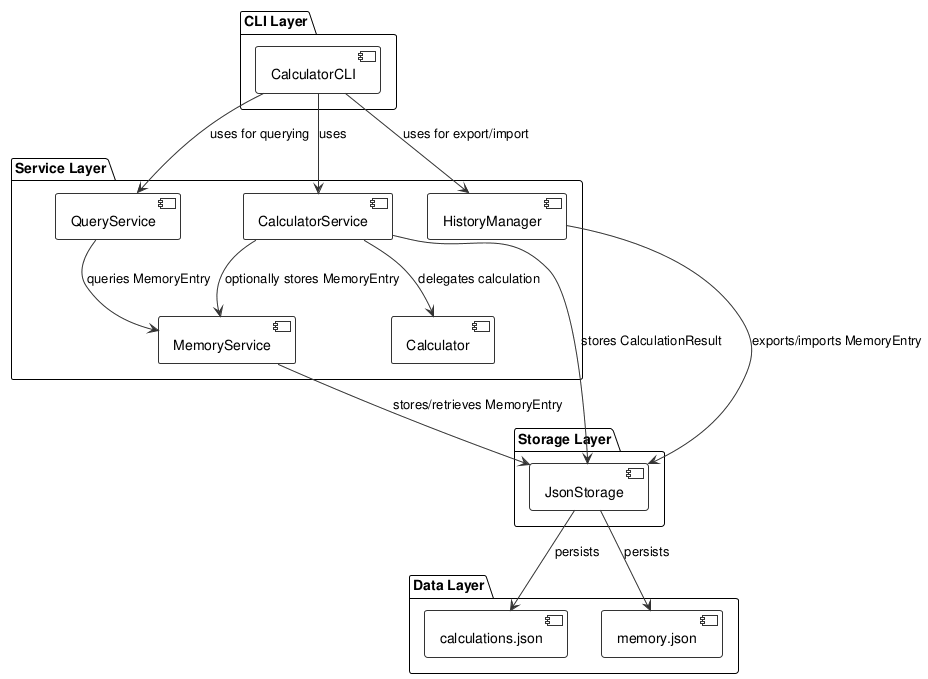
This is experiments/broadcast/structured_text/calculator/artifacts/component_diagram.png from DanielRiha8906/Software_autoevolution_using_agents, a PlantUML export, as it was before one commit.
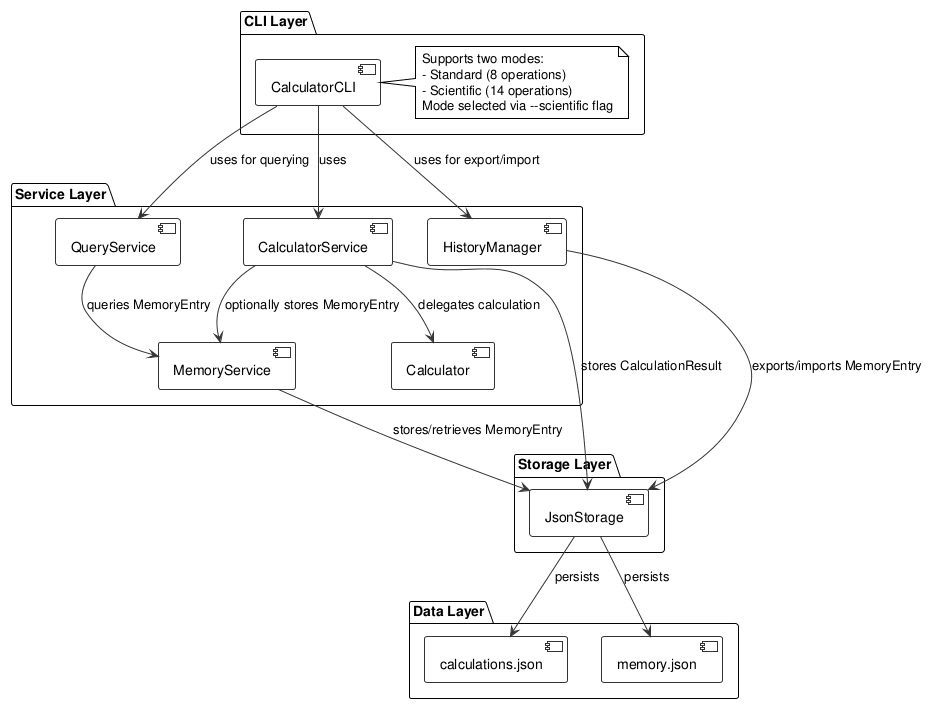
After the change.

Diff of the diagram source:
```diff
@@ -7,6 +7,12 @@
 
 package "CLI Layer" {
   component [CalculatorCLI] as CLI
+  note right of CLI
+    Supports two modes:
+    - Standard (8 operations)
+    - Scientific (14 operations)
+    Mode selected via --scientific flag
+  end note
 }
 
 package "Service Layer" {
```
